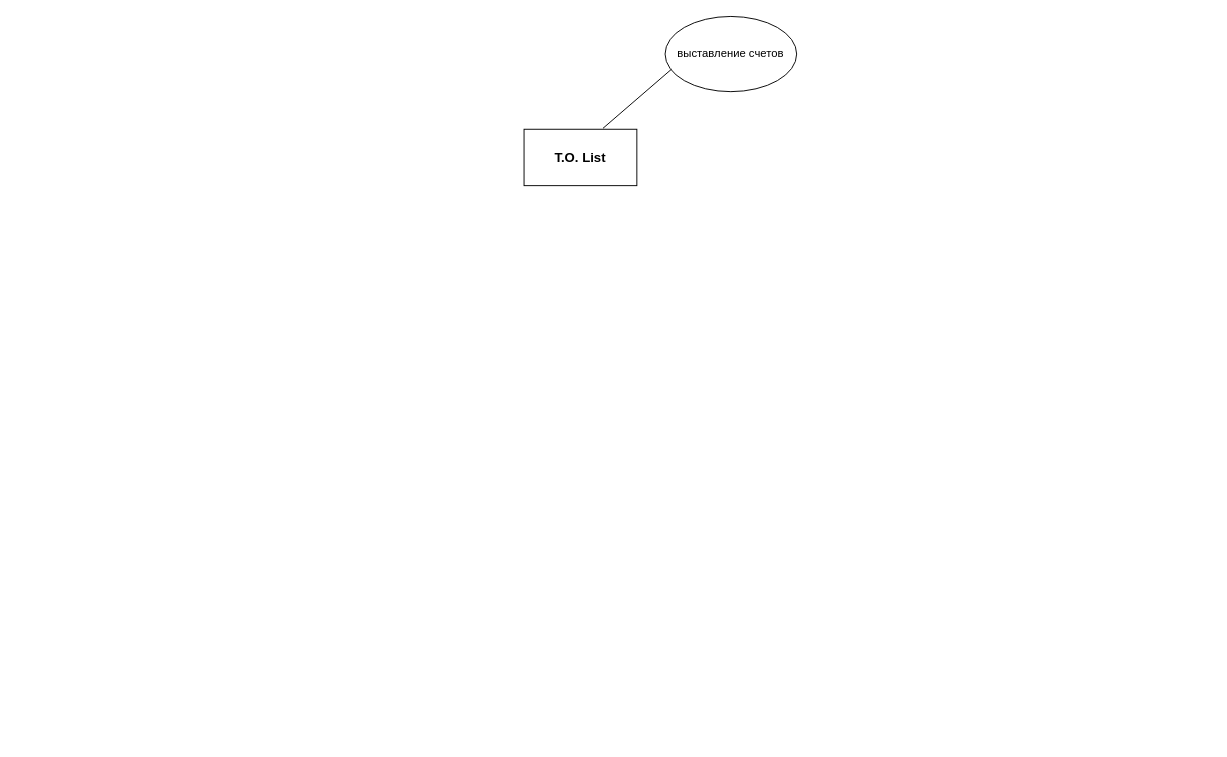
Before: Transport Order List ERD diagram.drawio in annastazi02/diagrams, a draw.io diagram. Source tidied: cells renumbered, new cells numbered last; positions are measured from the earlier drawing's top-left corner, leaving out a move shared by most shapes. Both pictures are drawn from the tidied source at 94%, with x=0, y=0 at pixel (524, 16).
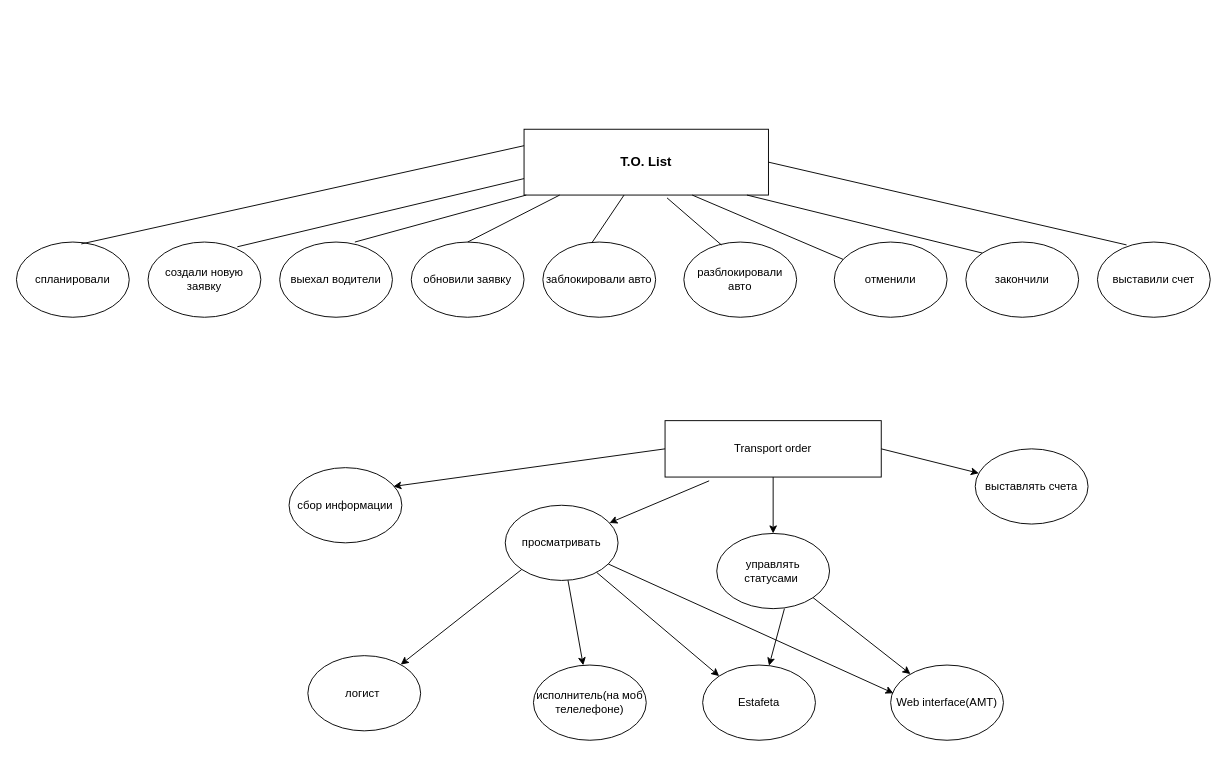
Above is the later version.

What changed in the source:
```diff
@@
     <mxCell id="2" value="&lt;b&gt;&lt;font style=&quot;font-size: 14px&quot;&gt;T.O. List&lt;/font&gt;&lt;/b&gt;" style="rounded=0;whiteSpace=wrap;html=1;" parent="1" vertex="1">
-      <mxGeometry y="120" width="120" height="60" as="geometry" />
+      <mxGeometry y="120" width="260" height="70" as="geometry" />
     </mxCell>
-    <mxCell id="3" value="выставление счетов" style="ellipse;whiteSpace=wrap;html=1;" parent="1" vertex="1">
-      <mxGeometry x="150" width="140" height="80" as="geometry" />
-    </mxCell>
-    <mxCell id="4" style="endArrow=none;html=1;exitX=0.7;exitY=-0.017;exitDx=0;exitDy=0;exitPerimeter=0;entryX=0.05;entryY=0.7;entryDx=0;entryDy=0;entryPerimeter=0;" parent="1" edge="1" source="2" target="3">
-      <mxGeometry relative="1" as="geometry" />
-    </mxCell>
+    <mxCell id="5" value="спланировали" style="ellipse;whiteSpace=wrap;html=1;" parent="1" vertex="1">
+      <mxGeometry x="-540" y="240" width="120" height="80" as="geometry" />
+    </mxCell>
+    <mxCell id="6" value="выехал водители" style="ellipse;whiteSpace=wrap;html=1;" parent="1" vertex="1">
+      <mxGeometry x="-260" y="240" width="120" height="80" as="geometry" />
+    </mxCell>
+    <mxCell id="7" value="заблокировали авто" style="ellipse;whiteSpace=wrap;html=1;" parent="1" vertex="1">
+      <mxGeometry x="20" y="240" width="120" height="80" as="geometry" />
+    </mxCell>
+    <mxCell id="8" value="закончили" style="ellipse;whiteSpace=wrap;html=1;" parent="1" vertex="1">
+      <mxGeometry x="470" y="240" width="120" height="80" as="geometry" />
+    </mxCell>
+    <mxCell id="9" value="выставили счет" style="ellipse;whiteSpace=wrap;html=1;" parent="1" vertex="1">
+      <mxGeometry x="610" y="240" width="120" height="80" as="geometry" />
+    </mxCell>
+    <mxCell id="10" value="отменили" style="ellipse;whiteSpace=wrap;html=1;" parent="1" vertex="1">
+      <mxGeometry x="330" y="240" width="120" height="80" as="geometry" />
+    </mxCell>
+    <mxCell id="11" value="обновили заявку" style="ellipse;whiteSpace=wrap;html=1;" parent="1" vertex="1">
+      <mxGeometry x="-120" y="240" width="120" height="80" as="geometry" />
+    </mxCell>
+    <mxCell id="12" value="создали новую заявку" style="ellipse;whiteSpace=wrap;html=1;" parent="1" vertex="1">
+      <mxGeometry x="-400" y="240" width="120" height="80" as="geometry" />
+    </mxCell>
+    <mxCell id="13" value="разблокировали авто" style="ellipse;whiteSpace=wrap;html=1;" parent="1" vertex="1">
+      <mxGeometry x="170" y="240" width="120" height="80" as="geometry" />
+    </mxCell>
+    <mxCell id="14" style="endArrow=none;html=1;entryX=0;entryY=0.25;entryDx=0;entryDy=0;exitX=0.575;exitY=0.025;exitDx=0;exitDy=0;exitPerimeter=0;" parent="1" edge="1" source="5" target="2">
+      <mxGeometry relative="1" as="geometry" />
+    </mxCell>
+    <mxCell id="15" style="endArrow=none;html=1;entryX=0;entryY=0.75;entryDx=0;entryDy=0;exitX=0.792;exitY=0.063;exitDx=0;exitDy=0;exitPerimeter=0;" parent="1" edge="1" source="12" target="2">
+      <mxGeometry relative="1" as="geometry" />
+    </mxCell>
+    <mxCell id="16" style="endArrow=none;html=1;exitX=0.667;exitY=0;exitDx=0;exitDy=0;exitPerimeter=0;" parent="1" edge="1" source="6" target="2">
+      <mxGeometry relative="1" as="geometry" />
+    </mxCell>
+    <mxCell id="17" style="endArrow=none;html=1;entryX=0.146;entryY=1;entryDx=0;entryDy=0;entryPerimeter=0;exitX=0.5;exitY=0;exitDx=0;exitDy=0;" parent="1" edge="1" source="11" target="2">
+      <mxGeometry relative="1" as="geometry" />
+    </mxCell>
+    <mxCell id="18" style="endArrow=none;html=1;exitX=0.433;exitY=0.013;exitDx=0;exitDy=0;exitPerimeter=0;" parent="1" edge="1" source="7" target="2">
+      <mxGeometry relative="1" as="geometry" />
+    </mxCell>
+    <mxCell id="19" style="endArrow=none;html=1;entryX=0.585;entryY=1.043;entryDx=0;entryDy=0;entryPerimeter=0;exitX=0.333;exitY=0.038;exitDx=0;exitDy=0;exitPerimeter=0;" parent="1" edge="1" source="13" target="2">
+      <mxGeometry relative="1" as="geometry" />
+    </mxCell>
+    <mxCell id="20" style="endArrow=none;html=1;exitX=0.688;exitY=1;exitDx=0;exitDy=0;exitPerimeter=0;" parent="1" edge="1" source="2" target="10">
+      <mxGeometry relative="1" as="geometry" />
+    </mxCell>
+    <mxCell id="21" style="endArrow=none;html=1;exitX=0.912;exitY=1;exitDx=0;exitDy=0;exitPerimeter=0;entryX=0;entryY=0;entryDx=0;entryDy=0;" parent="1" edge="1" source="2" target="8">
+      <mxGeometry relative="1" as="geometry" />
+    </mxCell>
+    <mxCell id="22" style="endArrow=none;html=1;exitX=1;exitY=0.5;exitDx=0;exitDy=0;entryX=0.258;entryY=0.038;entryDx=0;entryDy=0;entryPerimeter=0;" parent="1" edge="1" source="2" target="9">
+      <mxGeometry relative="1" as="geometry" />
+    </mxCell>
+    <mxCell id="23" value="управлять статусами&amp;nbsp;" style="ellipse;whiteSpace=wrap;html=1;" parent="1" vertex="1">
+      <mxGeometry x="205" y="550" width="120" height="80" as="geometry" />
+    </mxCell>
+    <mxCell id="24" value="выставлять счета" style="ellipse;whiteSpace=wrap;html=1;" parent="1" vertex="1">
+      <mxGeometry x="480" y="460" width="120" height="80" as="geometry" />
+    </mxCell>
+    <mxCell id="25" value="Transport order" style="rounded=0;whiteSpace=wrap;html=1;" parent="1" vertex="1">
+      <mxGeometry x="150" y="430" width="230" height="60" as="geometry" />
+    </mxCell>
+    <mxCell id="26" value="сбор информации" style="ellipse;whiteSpace=wrap;html=1;" parent="1" vertex="1">
+      <mxGeometry x="-250" y="480" width="120" height="80" as="geometry" />
+    </mxCell>
+    <mxCell id="27" style="endArrow=classic;html=1;exitX=0;exitY=0.5;exitDx=0;exitDy=0;entryX=0.925;entryY=0.25;entryDx=0;entryDy=0;entryPerimeter=0;" parent="1" edge="1" source="25" target="26">
+      <mxGeometry relative="1" as="geometry" />
+    </mxCell>
+    <mxCell id="28" value="просматривать" style="ellipse;whiteSpace=wrap;html=1;" parent="1" vertex="1">
+      <mxGeometry x="-20" y="520" width="120" height="80" as="geometry" />
+    </mxCell>
+    <mxCell id="29" style="endArrow=classic;html=1;exitX=0.204;exitY=1.067;exitDx=0;exitDy=0;exitPerimeter=0;" parent="1" edge="1" source="25" target="28">
+      <mxGeometry relative="1" as="geometry" />
+    </mxCell>
+    <mxCell id="30" style="endArrow=classic;html=1;exitX=0.5;exitY=1;exitDx=0;exitDy=0;" parent="1" edge="1" source="25" target="23">
+      <mxGeometry relative="1" as="geometry" />
+    </mxCell>
+    <mxCell id="31" style="endArrow=classic;html=1;exitX=1;exitY=0.5;exitDx=0;exitDy=0;" parent="1" edge="1" source="25" target="24">
+      <mxGeometry relative="1" as="geometry" />
+    </mxCell>
+    <mxCell id="32" value="логист&amp;nbsp;" style="ellipse;whiteSpace=wrap;html=1;" parent="1" vertex="1">
+      <mxGeometry x="-230" y="680" width="120" height="80" as="geometry" />
+    </mxCell>
+    <mxCell id="33" value="исполнитель(на моб телелефоне)" style="ellipse;whiteSpace=wrap;html=1;" parent="1" vertex="1">
+      <mxGeometry x="10" y="690" width="120" height="80" as="geometry" />
+    </mxCell>
+    <mxCell id="34" style="endArrow=classic;html=1;exitX=0;exitY=1;exitDx=0;exitDy=0;" parent="1" edge="1" source="28" target="32">
+      <mxGeometry relative="1" as="geometry" />
+    </mxCell>
+    <mxCell id="35" style="endArrow=classic;html=1;" parent="1" edge="1" source="28" target="33">
+      <mxGeometry relative="1" as="geometry" />
+    </mxCell>
+    <mxCell id="36" value="Web interface(AMT)" style="ellipse;whiteSpace=wrap;html=1;" parent="1" vertex="1">
+      <mxGeometry x="390" y="690" width="120" height="80" as="geometry" />
+    </mxCell>
+    <mxCell id="37" value="Estafeta" style="ellipse;whiteSpace=wrap;html=1;" parent="1" vertex="1">
+      <mxGeometry x="190" y="690" width="120" height="80" as="geometry" />
+    </mxCell>
+    <mxCell id="38" style="endArrow=classic;html=1;" parent="1" edge="1" target="37">
+      <mxGeometry relative="1" as="geometry">
+        <mxPoint x="277" y="630" as="sourcePoint" />
+      </mxGeometry>
+    </mxCell>
+    <mxCell id="39" style="endArrow=classic;html=1;exitX=1;exitY=1;exitDx=0;exitDy=0;" parent="1" edge="1" source="23" target="36">
+      <mxGeometry relative="1" as="geometry" />
+    </mxCell>
+    <mxCell id="40" style="endArrow=classic;html=1;entryX=0;entryY=0;entryDx=0;entryDy=0;" parent="1" edge="1" source="28" target="37">
+      <mxGeometry relative="1" as="geometry" />
+    </mxCell>
+    <mxCell id="41" style="endArrow=classic;html=1;entryX=0.025;entryY=0.375;entryDx=0;entryDy=0;entryPerimeter=0;" parent="1" edge="1" source="28" target="36">
+      <mxGeometry relative="1" as="geometry" />
+    </mxCell>
```
